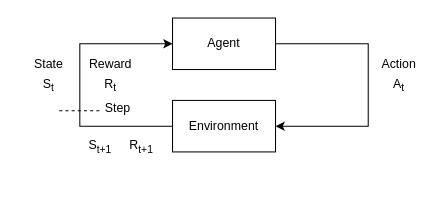
Before: Unbenanntes Diagramm.drawio in felixstillger/draw_io, a draw.io diagram. Source tidied: cells renumbered, new cells numbered last; positions are measured from the earlier drawing's top-left corner, leaving out a move shared by most shapes. Both pictures are drawn from the tidied source at 103%, with x=0, y=0 at pixel (18, 18).
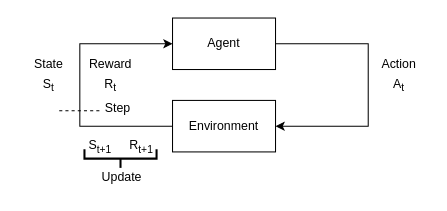
After the change.

What changed in the source:
```diff
@@
+    <mxCell id="16" value="Update" style="text;html=1;strokeColor=none;fillColor=none;align=center;verticalAlign=middle;whiteSpace=wrap;rounded=0;" parent="1" vertex="1">
+      <mxGeometry x="71" y="140" width="60" height="30" as="geometry" />
+    </mxCell>
+    <mxCell id="17" style="strokeWidth=2;html=1;shape=mxgraph.flowchart.annotation_2;align=left;labelPosition=right;rotation=-90;" parent="1" vertex="1">
+      <mxGeometry x="90.5" y="101.5" width="18" height="70" as="geometry" />
+    </mxCell>
```
